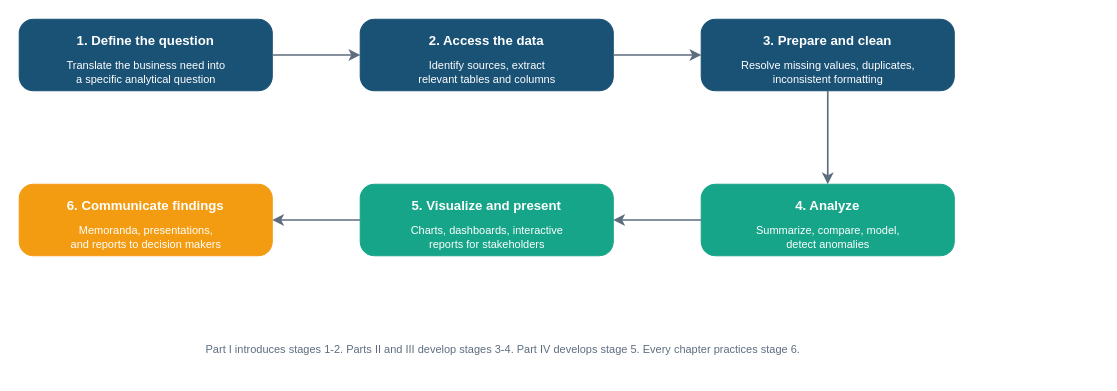
Above: visuals/src/fig-01-02-analytics-workflow.drawio in mmcodesso/Accounting_Analytics_Book (draw.io), before the change. Source tidied: cells renumbered, new cells numbered last; positions are measured from the earlier drawing's top-left corner, leaving out a move shared by most shapes. Both pictures are drawn from the tidied source at 110%, with x=0, y=0 at pixel (19, 19).
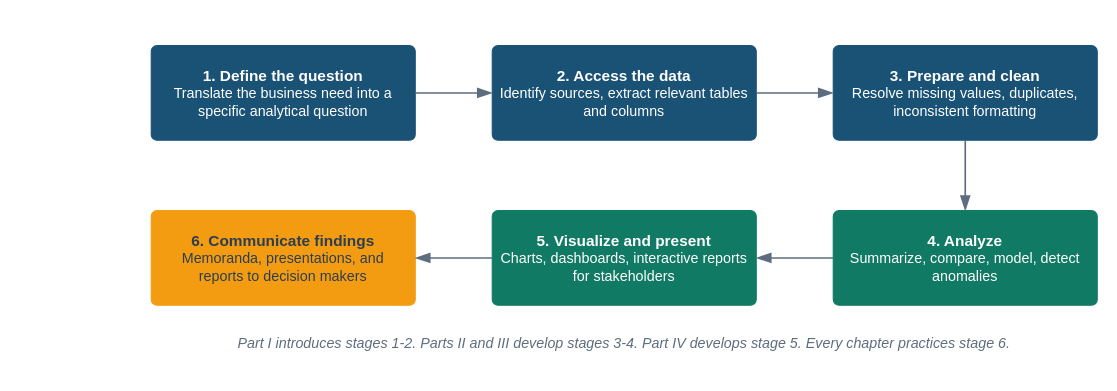
After the change.

Diff of the diagram source:
```diff
@@
-<mxGraphModel>
+<mxGraphModel background="#FFFFFF">
   <root>
     <mxCell id="0" />
     <mxCell id="1" parent="0" />
-    <mxCell id="2" value="1. Define the question" style="rounded=1;whiteSpace=wrap;html=1;fillColor=#1A5276;fontColor=#FFFFFF;strokeColor=#1A5276;fontSize=12;fontStyle=1;fontFamily=Arial;arcSize=20;verticalAlign=top;spacingTop=6;" parent="1" vertex="1">
-      <mxGeometry width="230" height="65" as="geometry" />
-    </mxCell>
-    <mxCell id="3" value="Translate the business need into&#10;a specific analytical question" style="text;html=1;align=center;verticalAlign=middle;fontColor=#FFFFFF;fontSize=10;fontFamily=Arial;" parent="2" vertex="1">
-      <mxGeometry x="15" y="30" width="200" height="35" as="geometry" />
-    </mxCell>
-    <mxCell id="4" style="edgeStyle=orthogonalEdgeStyle;rounded=0;strokeColor=#5D6D7E;strokeWidth=1.5;" parent="1" edge="1" source="2" target="5">
-      <mxGeometry relative="1" as="geometry" />
-    </mxCell>
-    <mxCell id="5" value="2. Access the data" style="rounded=1;whiteSpace=wrap;html=1;fillColor=#1A5276;fontColor=#FFFFFF;strokeColor=#1A5276;fontSize=12;fontStyle=1;fontFamily=Arial;arcSize=20;verticalAlign=top;spacingTop=6;" parent="1" vertex="1">
-      <mxGeometry x="310" width="230" height="65" as="geometry" />
-    </mxCell>
-    <mxCell id="6" value="Identify sources, extract&#10;relevant tables and columns" style="text;html=1;align=center;verticalAlign=middle;fontColor=#FFFFFF;fontSize=10;fontFamily=Arial;" parent="5" vertex="1">
-      <mxGeometry x="15" y="30" width="200" height="35" as="geometry" />
-    </mxCell>
-    <mxCell id="7" style="edgeStyle=orthogonalEdgeStyle;rounded=0;strokeColor=#5D6D7E;strokeWidth=1.5;" parent="1" edge="1" source="5" target="8">
-      <mxGeometry relative="1" as="geometry" />
-    </mxCell>
-    <mxCell id="8" value="3. Prepare and clean" style="rounded=1;whiteSpace=wrap;html=1;fillColor=#1A5276;fontColor=#FFFFFF;strokeColor=#1A5276;fontSize=12;fontStyle=1;fontFamily=Arial;arcSize=20;verticalAlign=top;spacingTop=6;" parent="1" vertex="1">
-      <mxGeometry x="620" width="230" height="65" as="geometry" />
-    </mxCell>
-    <mxCell id="9" value="Resolve missing values, duplicates,&#10;inconsistent formatting" style="text;html=1;align=center;verticalAlign=middle;fontColor=#FFFFFF;fontSize=10;fontFamily=Arial;" parent="8" vertex="1">
-      <mxGeometry x="15" y="30" width="200" height="35" as="geometry" />
-    </mxCell>
-    <mxCell id="10" style="edgeStyle=orthogonalEdgeStyle;rounded=1;strokeColor=#5D6D7E;strokeWidth=1.5;exitX=0.5;exitY=1;exitDx=0;exitDy=0;entryX=0.5;entryY=0;entryDx=0;entryDy=0;" parent="1" edge="1" source="8" target="11">
-      <mxGeometry relative="1" as="geometry" />
-    </mxCell>
-    <mxCell id="11" value="4. Analyze" style="rounded=1;whiteSpace=wrap;html=1;fillColor=#17A589;fontColor=#FFFFFF;strokeColor=#17A589;fontSize=12;fontStyle=1;fontFamily=Arial;arcSize=20;verticalAlign=top;spacingTop=6;" parent="1" vertex="1">
-      <mxGeometry x="620" y="150" width="230" height="65" as="geometry" />
-    </mxCell>
-    <mxCell id="12" value="Summarize, compare, model,&#10;detect anomalies" style="text;html=1;align=center;verticalAlign=middle;fontColor=#FFFFFF;fontSize=10;fontFamily=Arial;" parent="11" vertex="1">
-      <mxGeometry x="15" y="30" width="200" height="35" as="geometry" />
-    </mxCell>
-    <mxCell id="13" style="edgeStyle=orthogonalEdgeStyle;rounded=0;strokeColor=#5D6D7E;strokeWidth=1.5;exitX=0;exitY=0.5;exitDx=0;exitDy=0;entryX=1;entryY=0.5;entryDx=0;entryDy=0;" parent="1" edge="1" source="11" target="14">
-      <mxGeometry relative="1" as="geometry" />
-    </mxCell>
-    <mxCell id="14" value="5. Visualize and present" style="rounded=1;whiteSpace=wrap;html=1;fillColor=#17A589;fontColor=#FFFFFF;strokeColor=#17A589;fontSize=12;fontStyle=1;fontFamily=Arial;arcSize=20;verticalAlign=top;spacingTop=6;" parent="1" vertex="1">
-      <mxGeometry x="310" y="150" width="230" height="65" as="geometry" />
-    </mxCell>
-    <mxCell id="15" value="Charts, dashboards, interactive&#10;reports for stakeholders" style="text;html=1;align=center;verticalAlign=middle;fontColor=#FFFFFF;fontSize=10;fontFamily=Arial;" parent="14" vertex="1">
-      <mxGeometry x="15" y="30" width="200" height="35" as="geometry" />
-    </mxCell>
-    <mxCell id="16" style="edgeStyle=orthogonalEdgeStyle;rounded=0;strokeColor=#5D6D7E;strokeWidth=1.5;exitX=0;exitY=0.5;exitDx=0;exitDy=0;entryX=1;entryY=0.5;entryDx=0;entryDy=0;" parent="1" edge="1" source="14" target="17">
-      <mxGeometry relative="1" as="geometry" />
-    </mxCell>
-    <mxCell id="17" value="6. Communicate findings" style="rounded=1;whiteSpace=wrap;html=1;fillColor=#F39C12;fontColor=#FFFFFF;strokeColor=#F39C12;fontSize=12;fontStyle=1;fontFamily=Arial;arcSize=20;verticalAlign=top;spacingTop=6;" parent="1" vertex="1">
-      <mxGeometry y="150" width="230" height="65" as="geometry" />
-    </mxCell>
-    <mxCell id="18" value="Memoranda, presentations,&#10;and reports to decision makers" style="text;html=1;align=center;verticalAlign=middle;fontColor=#FFFFFF;fontSize=10;fontFamily=Arial;" parent="17" vertex="1">
-      <mxGeometry x="15" y="30" width="200" height="35" as="geometry" />
-    </mxCell>
+    <mxCell id="20" style="rounded=0;html=1;fillColor=none;strokeColor=none;" parent="1" vertex="1">
+      <mxGeometry x="120" y="24" width="860" height="280" as="geometry" />
+    </mxCell>
+    <mxCell id="21" value="&lt;font style=&quot;font-size:14px&quot;&gt;&lt;b&gt;1. Define the question&lt;/b&gt;&lt;/font&gt;&lt;br&gt;&lt;font color=&quot;#FFFFFF&quot;&gt;Translate the business need into a specific analytical question&lt;/font&gt;" style="rounded=1;arcSize=6;whiteSpace=wrap;html=1;fillColor=#1A5276;strokeColor=#1A5276;strokeWidth=1;fontColor=#FFFFFF;fontSize=13;fontStyle=0;align=center;verticalAlign=middle;fontFamily=Helvetica;spacingLeft=6;spacingRight=6;" parent="1" vertex="1">
+      <mxGeometry x="120" y="24" width="240" height="86" as="geometry" />
+    </mxCell>
+    <mxCell id="22" value="&lt;font style=&quot;font-size:14px&quot;&gt;&lt;b&gt;2. Access the data&lt;/b&gt;&lt;/font&gt;&lt;br&gt;&lt;font color=&quot;#FFFFFF&quot;&gt;Identify sources, extract relevant tables and columns&lt;/font&gt;" style="rounded=1;arcSize=6;whiteSpace=wrap;html=1;fillColor=#1A5276;strokeColor=#1A5276;strokeWidth=1;fontColor=#FFFFFF;fontSize=13;fontStyle=0;align=center;verticalAlign=middle;fontFamily=Helvetica;spacingLeft=6;spacingRight=6;" parent="1" vertex="1">
+      <mxGeometry x="430" y="24" width="240" height="86" as="geometry" />
+    </mxCell>
+    <mxCell id="23" value="&lt;font style=&quot;font-size:14px&quot;&gt;&lt;b&gt;3. Prepare and clean&lt;/b&gt;&lt;/font&gt;&lt;br&gt;&lt;font color=&quot;#FFFFFF&quot;&gt;Resolve missing values, duplicates, inconsistent formatting&lt;/font&gt;" style="rounded=1;arcSize=6;whiteSpace=wrap;html=1;fillColor=#1A5276;strokeColor=#1A5276;strokeWidth=1;fontColor=#FFFFFF;fontSize=13;fontStyle=0;align=center;verticalAlign=middle;fontFamily=Helvetica;spacingLeft=6;spacingRight=6;" parent="1" vertex="1">
+      <mxGeometry x="740" y="24" width="240" height="86" as="geometry" />
+    </mxCell>
+    <mxCell id="24" value="&lt;font style=&quot;font-size:14px&quot;&gt;&lt;b&gt;4. Analyze&lt;/b&gt;&lt;/font&gt;&lt;br&gt;&lt;font color=&quot;#FFFFFF&quot;&gt;Summarize, compare, model, detect anomalies&lt;/font&gt;" style="rounded=1;arcSize=6;whiteSpace=wrap;html=1;fillColor=#117A65;strokeColor=#117A65;strokeWidth=1;fontColor=#FFFFFF;fontSize=13;fontStyle=0;align=center;verticalAlign=middle;fontFamily=Helvetica;spacingLeft=6;spacingRight=6;" parent="1" vertex="1">
+      <mxGeometry x="740" y="174" width="240" height="86" as="geometry" />
+    </mxCell>
+    <mxCell id="25" value="&lt;font style=&quot;font-size:14px&quot;&gt;&lt;b&gt;5. Visualize and present&lt;/b&gt;&lt;/font&gt;&lt;br&gt;&lt;font color=&quot;#FFFFFF&quot;&gt;Charts, dashboards, interactive reports for stakeholders&lt;/font&gt;" style="rounded=1;arcSize=6;whiteSpace=wrap;html=1;fillColor=#117A65;strokeColor=#117A65;strokeWidth=1;fontColor=#FFFFFF;fontSize=13;fontStyle=0;align=center;verticalAlign=middle;fontFamily=Helvetica;spacingLeft=6;spacingRight=6;" parent="1" vertex="1">
+      <mxGeometry x="430" y="174" width="240" height="86" as="geometry" />
+    </mxCell>
+    <mxCell id="26" value="&lt;font style=&quot;font-size:14px&quot;&gt;&lt;b&gt;6. Communicate findings&lt;/b&gt;&lt;/font&gt;&lt;br&gt;&lt;font color=&quot;#2C3E50&quot;&gt;Memoranda, presentations, and reports to decision makers&lt;/font&gt;" style="rounded=1;arcSize=6;whiteSpace=wrap;html=1;fillColor=#F39C12;strokeColor=#F39C12;strokeWidth=1;fontColor=#2C3E50;fontSize=13;fontStyle=0;align=center;verticalAlign=middle;fontFamily=Helvetica;spacingLeft=6;spacingRight=6;" parent="1" vertex="1">
+      <mxGeometry x="120" y="174" width="240" height="86" as="geometry" />
+    </mxCell>
+    <mxCell id="27" style="edgeStyle=orthogonalEdgeStyle;rounded=1;html=1;startArrow=none;endArrow=blockThin;startFill=0;endFill=1;startSize=10;endSize=10;strokeColor=#5D6D7E;strokeWidth=1.5;fontSize=12;fontColor=#2C3E50;fontFamily=Helvetica;labelBackgroundColor=#FFFFFF;exitX=1;exitY=0.5;exitDx=0;exitDy=0;entryX=0;entryY=0.5;entryDx=0;entryDy=0;" parent="1" edge="1" source="21" target="22">
+      <mxGeometry relative="1" as="geometry" />
+    </mxCell>
+    <mxCell id="28" style="edgeStyle=orthogonalEdgeStyle;rounded=1;html=1;startArrow=none;endArrow=blockThin;startFill=0;endFill=1;startSize=10;endSize=10;strokeColor=#5D6D7E;strokeWidth=1.5;fontSize=12;fontColor=#2C3E50;fontFamily=Helvetica;labelBackgroundColor=#FFFFFF;exitX=1;exitY=0.5;exitDx=0;exitDy=0;entryX=0;entryY=0.5;entryDx=0;entryDy=0;" parent="1" edge="1" source="22" target="23">
+      <mxGeometry relative="1" as="geometry" />
+    </mxCell>
+    <mxCell id="29" style="edgeStyle=orthogonalEdgeStyle;rounded=1;html=1;startArrow=none;endArrow=blockThin;startFill=0;endFill=1;startSize=10;endSize=10;strokeColor=#5D6D7E;strokeWidth=1.5;fontSize=12;fontColor=#2C3E50;fontFamily=Helvetica;labelBackgroundColor=#FFFFFF;exitX=0.5;exitY=1;exitDx=0;exitDy=0;entryX=0.5;entryY=0;entryDx=0;entryDy=0;" parent="1" edge="1" source="23" target="24">
+      <mxGeometry relative="1" as="geometry" />
+    </mxCell>
+    <mxCell id="30" style="edgeStyle=orthogonalEdgeStyle;rounded=1;html=1;startArrow=none;endArrow=blockThin;startFill=0;endFill=1;startSize=10;endSize=10;strokeColor=#5D6D7E;strokeWidth=1.5;fontSize=12;fontColor=#2C3E50;fontFamily=Helvetica;labelBackgroundColor=#FFFFFF;exitX=0;exitY=0.5;exitDx=0;exitDy=0;entryX=1;entryY=0.5;entryDx=0;entryDy=0;" parent="1" edge="1" source="24" target="25">
+      <mxGeometry relative="1" as="geometry" />
+    </mxCell>
+    <mxCell id="31" style="edgeStyle=orthogonalEdgeStyle;rounded=1;html=1;startArrow=none;endArrow=blockThin;startFill=0;endFill=1;startSize=10;endSize=10;strokeColor=#5D6D7E;strokeWidth=1.5;fontSize=12;fontColor=#2C3E50;fontFamily=Helvetica;labelBackgroundColor=#FFFFFF;exitX=0;exitY=0.5;exitDx=0;exitDy=0;entryX=1;entryY=0.5;entryDx=0;entryDy=0;" parent="1" edge="1" source="25" target="26">
+      <mxGeometry relative="1" as="geometry" />
+    </mxCell>
-    <mxCell id="19" value="Part I introduces stages 1-2. Parts II and III develop stages 3-4. Part IV develops stage 5. Every chapter practices stage 6." style="text;html=1;align=center;verticalAlign=middle;fontColor=#5D6D7E;fontSize=10;fontFamily=Arial;whiteSpace=wrap;" parent="1" vertex="1">
-      <mxGeometry x="120" y="280" width="640" height="40" as="geometry" />
+    <mxCell id="19" value="&lt;i&gt;Part I introduces stages 1-2. Parts II and III develop stages 3-4. Part IV develops stage 5. Every chapter practices stage 6.&lt;/i&gt;" style="text;html=1;whiteSpace=wrap;align=center;verticalAlign=top;fontSize=13;fontColor=#5D6D7E;fontStyle=0;fontFamily=Helvetica;spacing=2;fillColor=none;strokeColor=none;" parent="1" vertex="1">
+      <mxGeometry x="120" y="280" width="860" height="22" as="geometry" />
     </mxCell>
   </root>
 </mxGraphModel>
```
